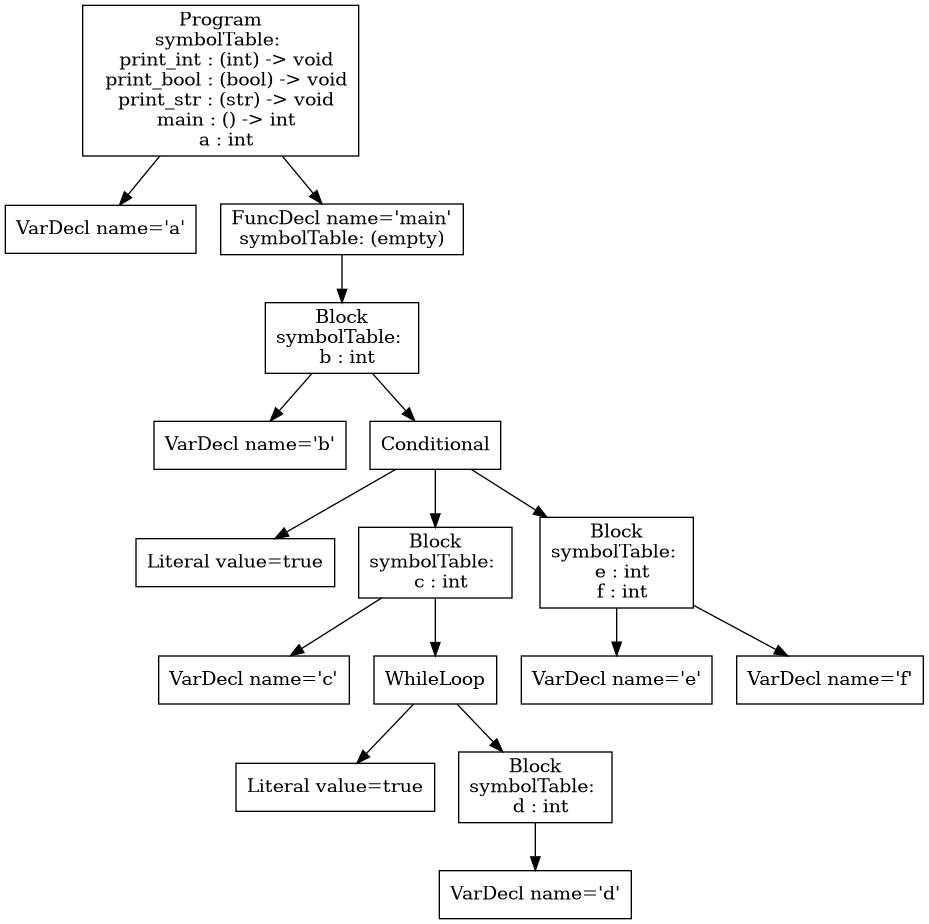
Before: p3-analysis/tree.png, a diagram exported from Graphviz (purejerome/cs432_project). Its source is kept beside it as p3-analysis/tree.dot. Source of this version:
```dot
digraph AST {
1 [shape=box, label="VarDecl name='a'"];
4 [shape=box, label="VarDecl name='b'"];
6 [shape=box, label="Literal value=true"];
8 [shape=box, label="VarDecl name='c'"];
10 [shape=box, label="Literal value=true"];
12 [shape=box, label="VarDecl name='d'"];
11 [shape=box, label="Block\nsymbolTable: \n  d : int"];
11 -> 12;
9 [shape=box, label="WhileLoop"];
9 -> 10;
9 -> 11;
7 [shape=box, label="Block\nsymbolTable: \n  c : int"];
7 -> 8;
7 -> 9;
14 [shape=box, label="VarDecl name='e'"];
15 [shape=box, label="VarDecl name='f'"];
13 [shape=box, label="Block\nsymbolTable: \n  e : int\n  f : int"];
13 -> 14;
13 -> 15;
5 [shape=box, label="Conditional"];
5 -> 6;
5 -> 7;
5 -> 13;
3 [shape=box, label="Block\nsymbolTable: \n  b : int"];
3 -> 4;
3 -> 5;
2 [shape=box, label="FuncDecl name='main'\nsymbolTable: (empty)"];
2 -> 3;
0 [shape=box, label="Program\nsymbolTable: \n  print_int : (int) -> void\n  print_bool : (bool) -> void\n  print_str : (str) -> void\n  main : () -> int\n  a : int"];
0 -> 1;
0 -> 2;
}
```
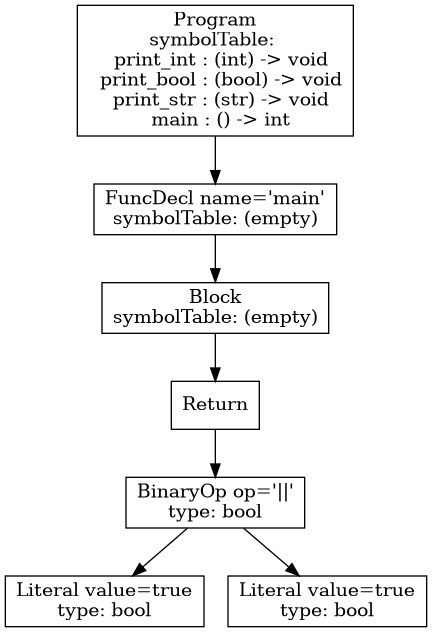
After the change.

Change to the diagram source:
```diff
@@ -1,33 +1,15 @@
 digraph AST {
-1 [shape=box, label="VarDecl name='a'"];
-4 [shape=box, label="VarDecl name='b'"];
-6 [shape=box, label="Literal value=true"];
-8 [shape=box, label="VarDecl name='c'"];
-10 [shape=box, label="Literal value=true"];
-12 [shape=box, label="VarDecl name='d'"];
-11 [shape=box, label="Block\nsymbolTable: \n  d : int"];
-11 -> 12;
-9 [shape=box, label="WhileLoop"];
-9 -> 10;
-9 -> 11;
-7 [shape=box, label="Block\nsymbolTable: \n  c : int"];
-7 -> 8;
-7 -> 9;
-14 [shape=box, label="VarDecl name='e'"];
-15 [shape=box, label="VarDecl name='f'"];
-13 [shape=box, label="Block\nsymbolTable: \n  e : int\n  f : int"];
-13 -> 14;
-13 -> 15;
-5 [shape=box, label="Conditional"];
-5 -> 6;
-5 -> 7;
-5 -> 13;
-3 [shape=box, label="Block\nsymbolTable: \n  b : int"];
+5 [shape=box, label="Literal value=true\ntype: bool"];
+6 [shape=box, label="Literal value=true\ntype: bool"];
+4 [shape=box, label="BinaryOp op='||'\ntype: bool"];
+4 -> 5;
+4 -> 6;
+3 [shape=box, label="Return"];
 3 -> 4;
-3 -> 5;
-2 [shape=box, label="FuncDecl name='main'\nsymbolTable: (empty)"];
+2 [shape=box, label="Block\nsymbolTable: (empty)"];
 2 -> 3;
-0 [shape=box, label="Program\nsymbolTable: \n  print_int : (int) -> void\n  print_bool : (bool) -> void\n  print_str : (str) -> void\n  main : () -> int\n  a : int"];
+1 [shape=box, label="FuncDecl name='main'\nsymbolTable: (empty)"];
+1 -> 2;
+0 [shape=box, label="Program\nsymbolTable: \n  print_int : (int) -> void\n  print_bool : (bool) -> void\n  print_str : (str) -> void\n  main : () -> int"];
 0 -> 1;
-0 -> 2;
 }
```
